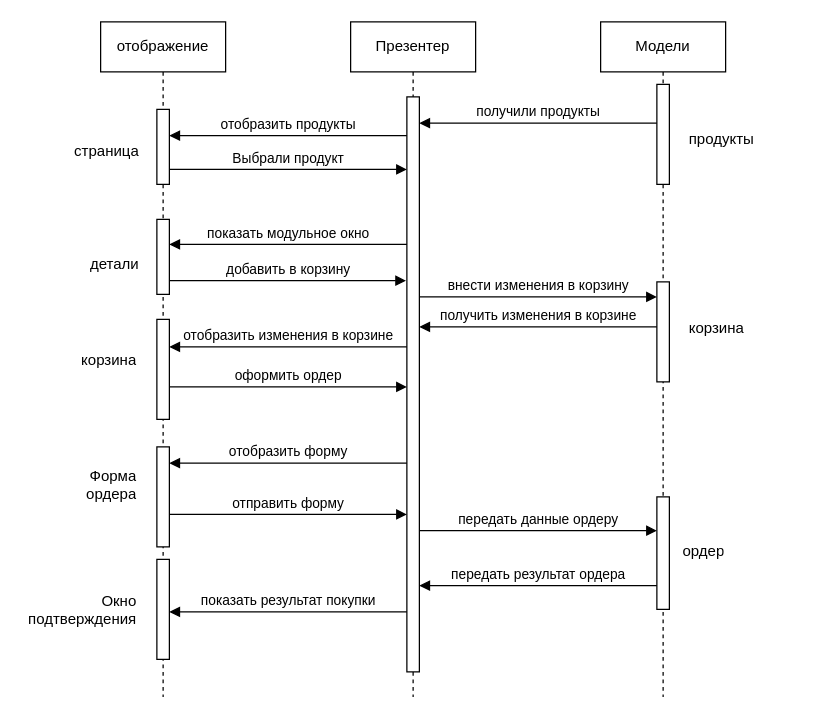
The draw.io diagram page "Relationship" (4 of 5) of doc/WebLarek home.drawio in SerYallin/web-larek-frontend, before the edit. Source tidied: cells renumbered, new cells numbered last; positions are measured from the earlier drawing's top-left corner, leaving out a move shared by most shapes. Both pictures are drawn from the tidied source at 125%, with x=0, y=0 at pixel (21, 21).
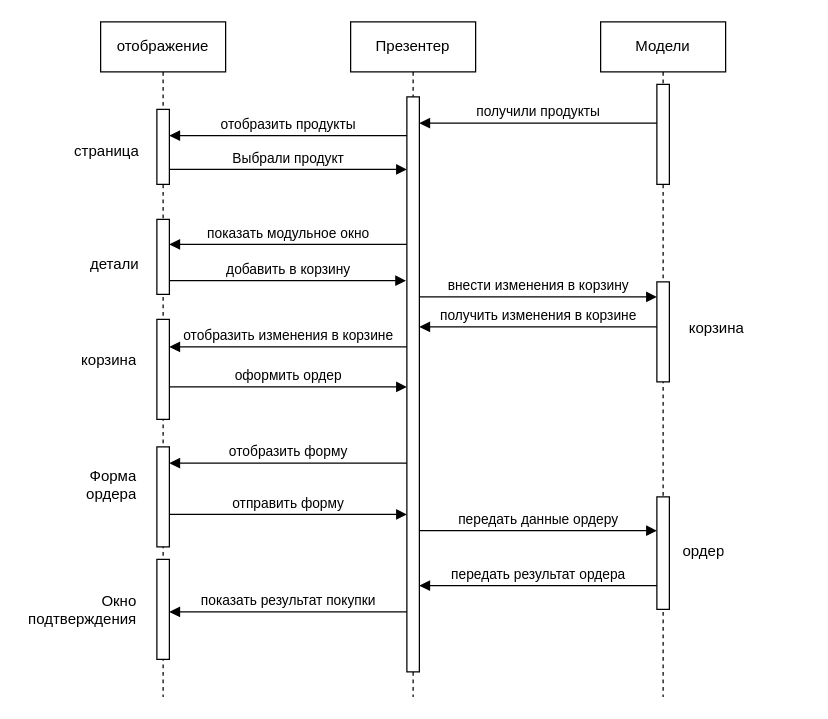
The same page after the edit.

The edit, as a diff of the source:
```diff
@@
-    <mxCell id="20" value="продукты" style="text;strokeColor=none;fillColor=none;align=left;verticalAlign=top;spacingLeft=4;spacingRight=4;overflow=hidden;whiteSpace=wrap;html=1;flipV=1;flipH=1;" parent="1" vertex="1">
-      <mxGeometry x="528" y="80" width="90" height="26" as="geometry" />
-    </mxCell>
```
